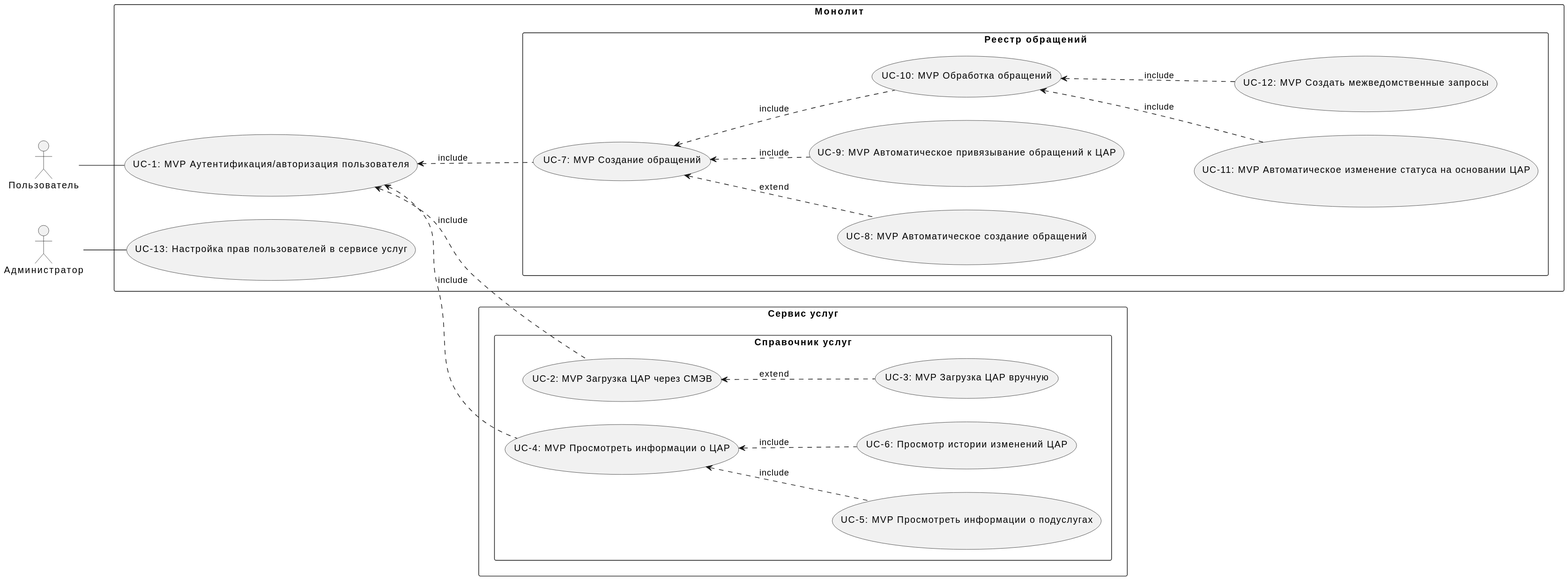
Before: docs/site/diagrams/out/usecase.svg, a diagram exported from PlantUML (sonorame/docs_kcr).
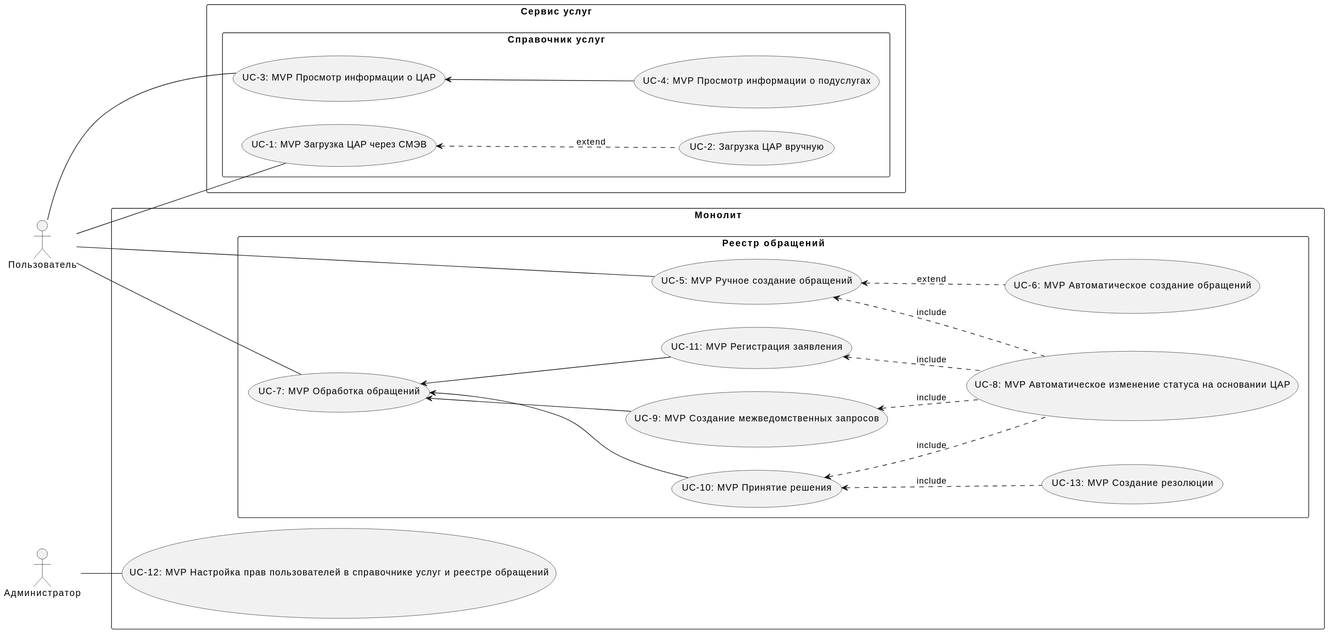
Above is the later version.

Diff of the diagram source:
```diff
@@ -6,43 +6,42 @@
 actor "Администратор" as adm
 
 rectangle "Монолит" {
-  usecase (UC-1: MVP Аутентификация/авторизация пользователя) as authUl
-  usecase (UC-13: Настройка прав пользователей в сервисе услуг) as settingsUsr
+  usecase (UC-12: MVP Настройка прав пользователей в справочнике услуг и реестре обращений) as settingsUsr
   rectangle "Реестр обращений" {
-    usecase (UC-7: MVP Создание обращений) as createTasks
-    usecase (UC-8: MVP Автоматическое создание обращений) as autoCreateTasks
-    usecase (UC-9: MVP Автоматическое привязывание обращений к ЦАР) as autoLinkTaskToCar
-    usecase (UC-10: MVP Обработка обращений) as doTasks
-    usecase (UC-11: MVP Автоматическое изменение статуса на основании ЦАР) as autoChangeStatus
-    usecase (UC-12: MVP Создать межведомственные запросы) as createSMEVRequests
-
-    authUl <.. createTasks: include
-    createTasks <.. autoCreateTasks: extend
-    createTasks <.. autoLinkTaskToCar: include
-    createTasks <.. doTasks: include
-    doTasks <.. autoChangeStatus: include
-    doTasks <.. createSMEVRequests: include
+      usecase (UC-5: MVP Ручное создание обращений) as createTasks
+      usecase (UC-6: MVP Автоматическое создание обращений) as autoCreateTasks
+      usecase (UC-7: MVP Обработка обращений) as doTasks
+      usecase (UC-8: MVP Автоматическое изменение статуса на основании ЦАР) as autoChangeStatus
+      usecase (UC-9: MVP Создание межведомственных запросов) as createSMEVRequest
+      usecase (UC-10: MVP Принятие решения) as decideTask
+      usecase (UC-11: MVP Регистрация заявления) as regTask
+      usecase (UC-13: MVP Создание резолюции) as createRezol
   }
 }
-
 rectangle "Сервис услуг" {
   rectangle "Справочник услуг" {
+    usecase (UC-1: MVP Загрузка ЦАР через СМЭВ) as uploadCarSMEV
+    usecase (UC-2: Загрузка ЦАР вручную) as uploadCarManual
+    usecase (UC-3: MVP Просмотр информации о ЦАР) as viewInfoCar
+    usecase (UC-4: MVP Просмотр информации о подуслугах) as viewInfoSubcar
+    usr -- uploadCarSMEV
+    uploadCarSMEV <.. uploadCarManual: extend
+    usr -- viewInfoCar
+    viewInfoCar <-- viewInfoSubcar
+  }
 
-    usecase (UC-2: MVP Загрузка ЦАР через СМЭВ) as uploadCarSMEV
-    usecase (UC-3: MVP Загрузка ЦАР вручную) as uploadCarManual
-    usecase (UC-4: MVP Просмотреть информации о ЦАР) as viewInfoCar
-    usecase (UC-5: MVP Просмотреть информации о подуслугах) as viewInfoSubcar
+}
+usr -- doTasks
+doTasks <-- createSMEVRequest
+doTasks <-- decideTask
+createTasks <.. autoCreateTasks: extend
+usr -- createTasks
+doTasks <-- regTask
+createTasks <.. autoChangeStatus: include
+decideTask <.. autoChangeStatus: include
+decideTask <.. createRezol: include
+regTask <.. autoChangeStatus: include
+createSMEVRequest <.. autoChangeStatus: include
 
-    usecase (UC-6: Просмотр истории изменений ЦАР) as viewHistoryCar
-
-    authUl <.. uploadCarSMEV: include
-    uploadCarSMEV <.. uploadCarManual: extend
-    authUl <.. viewInfoCar: include
-    viewInfoCar <.. viewInfoSubcar: include
-    viewInfoCar <.. viewHistoryCar: include
-  }
-}
-
-usr -- authUl
 adm -- settingsUsr
 @enduml
```
